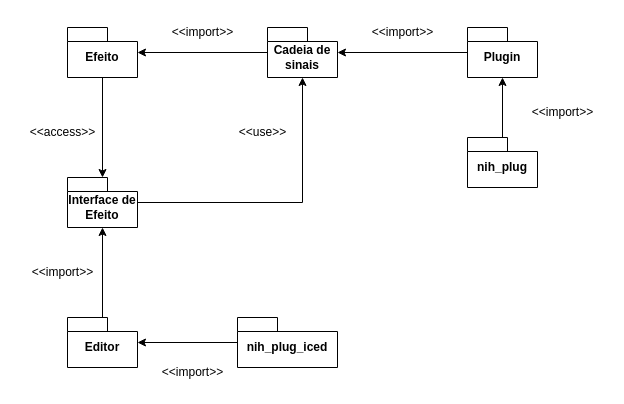
The draw.io diagram Diagrama de Pacotes.drawio in GatoImorrivel/fretcat, before the edit. Source tidied: cells renumbered, new cells numbered last; positions are measured from the earlier drawing's top-left corner, leaving out a move shared by most shapes. Both pictures are drawn from the tidied source at 100%, with x=0, y=0 at pixel (17, 17).
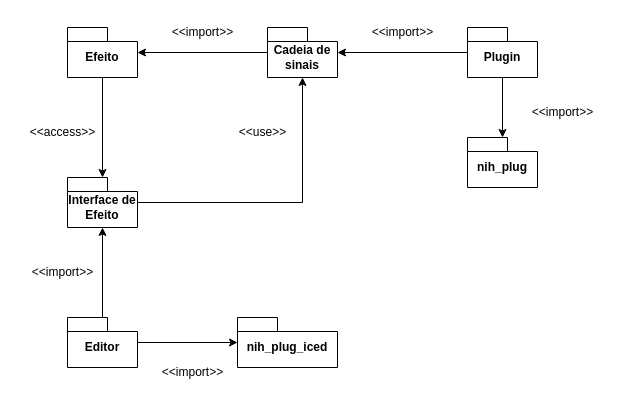
The same page after the edit.

Unchanged cells that the change refers to:
```xml
<mxCell id="3" value="Editor" style="shape=folder;fontStyle=1;spacingTop=10;tabWidth=40;tabHeight=14;tabPosition=left;html=1;whiteSpace=wrap;" parent="1" vertex="1">
  <mxGeometry x="50" y="300" width="70" height="50" as="geometry" />
</mxCell>
<mxCell id="5" value="Plugin" style="shape=folder;fontStyle=1;spacingTop=10;tabWidth=40;tabHeight=14;tabPosition=left;html=1;whiteSpace=wrap;" parent="1" vertex="1">
  <mxGeometry x="450" y="10" width="70" height="50" as="geometry" />
</mxCell>
<mxCell id="13" value="nih_plug" style="shape=folder;fontStyle=1;spacingTop=10;tabWidth=40;tabHeight=14;tabPosition=left;html=1;whiteSpace=wrap;" parent="1" vertex="1">
  <mxGeometry x="450" y="120" width="70" height="50" as="geometry" />
</mxCell>
<mxCell id="15" value="nih_plug_iced" style="shape=folder;fontStyle=1;spacingTop=10;tabWidth=40;tabHeight=14;tabPosition=left;html=1;whiteSpace=wrap;" parent="1" vertex="1">
  <mxGeometry x="220" y="300" width="100" height="50" as="geometry" />
</mxCell>
```

Diff of the diagram source:
```diff
@@
+    <mxCell id="23" style="edgeStyle=orthogonalEdgeStyle;rounded=0;jettySize=auto;html=1;" parent="1" edge="1" source="3" target="15">
+      <mxGeometry relative="1" as="geometry" />
+    </mxCell>
@@
+    <mxCell id="24" style="edgeStyle=orthogonalEdgeStyle;rounded=0;jettySize=auto;html=1;" parent="1" edge="1" source="5" target="13">
+      <mxGeometry relative="1" as="geometry" />
+    </mxCell>
@@
-    <mxCell id="12" style="edgeStyle=orthogonalEdgeStyle;rounded=0;jettySize=auto;html=1;entryX=0.5;entryY=1;entryDx=0;entryDy=0;entryPerimeter=0;" parent="1" edge="1" source="13" target="5">
-      <mxGeometry relative="1" as="geometry" />
-    </mxCell>
@@
-    <mxCell id="14" style="edgeStyle=orthogonalEdgeStyle;rounded=0;jettySize=auto;html=1;" parent="1" edge="1" source="15" target="3">
-      <mxGeometry relative="1" as="geometry" />
-    </mxCell>
```
